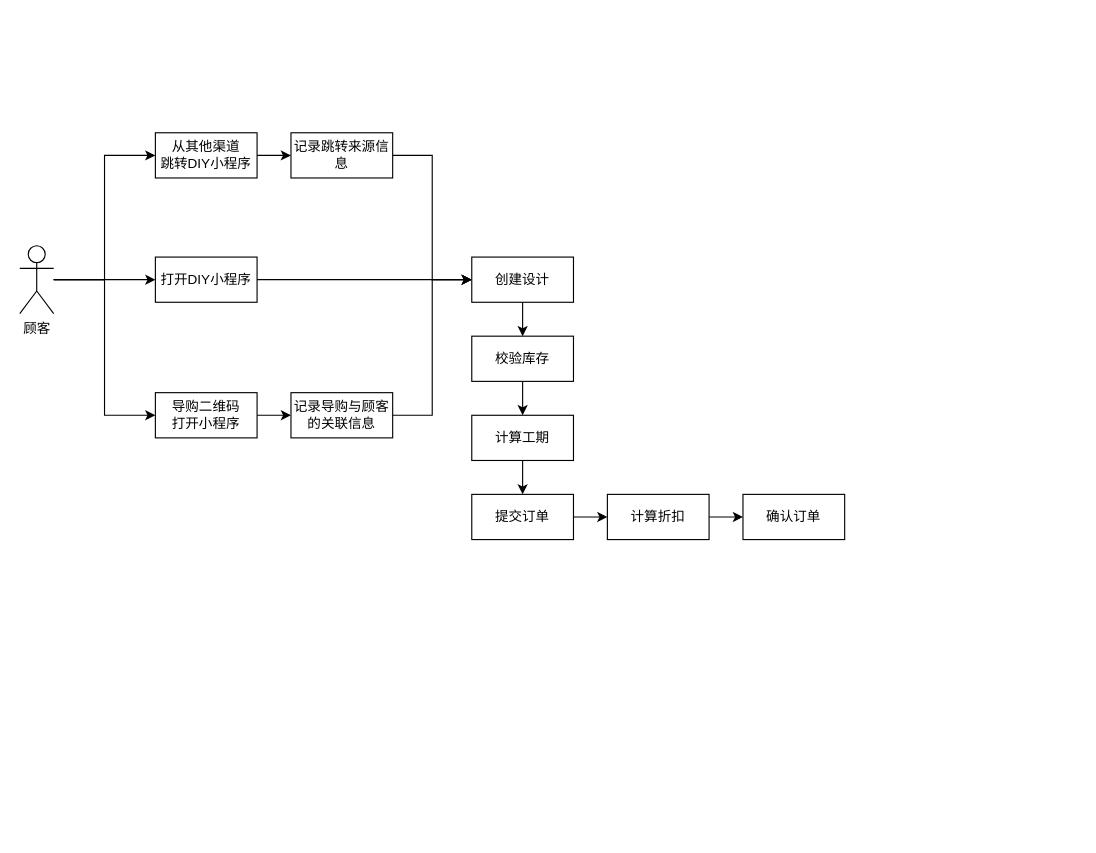
This is Untitled Diagram.drawio from WinkleWong/Diagram, a draw.io file, before an edit. Source tidied: cells renumbered, new cells numbered last; positions are measured from the earlier drawing's top-left corner, leaving out a move shared by most shapes. Both pictures are drawn from the tidied source at 113%, with x=0, y=0 at pixel (19, 132).
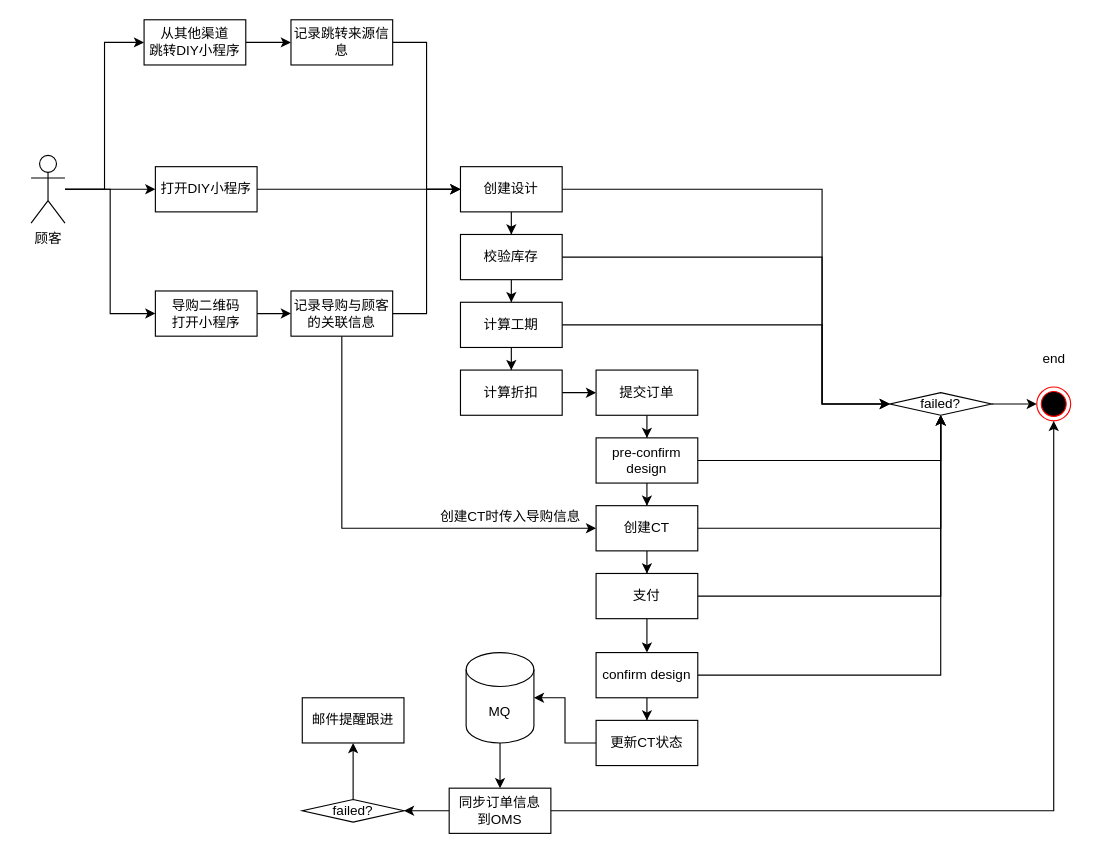
After the change.

Diff of the diagram source:
```diff
@@
     <mxCell id="3" value="打开DIY小程序" style="rounded=0;whiteSpace=wrap;html=1;" parent="1" vertex="1">
-      <mxGeometry x="120" y="110" width="90" height="40" as="geometry" />
+      <mxGeometry x="120" y="30" width="90" height="40" as="geometry" />
     </mxCell>
@@
+    <mxCell id="6" style="edgeStyle=orthogonalEdgeStyle;rounded=0;jettySize=auto;html=1;entryX=0;entryY=0.5;entryDx=0;entryDy=0;" parent="1" edge="1" source="7" target="9">
+      <mxGeometry relative="1" as="geometry" />
+    </mxCell>
@@
-    <mxCell id="6" style="edgeStyle=orthogonalEdgeStyle;rounded=0;jettySize=auto;html=1;entryX=0;entryY=0.5;entryDx=0;entryDy=0;" parent="1" edge="1" source="7" target="9">
-      <mxGeometry relative="1" as="geometry" />
-    </mxCell>
     <mxCell id="7" value="顾客" style="shape=umlActor;verticalLabelPosition=bottom;verticalAlign=top;html=1;outlineConnect=0;" parent="1" vertex="1">
-      <mxGeometry y="100" width="30" height="60" as="geometry" />
+      <mxGeometry x="10" y="20" width="30" height="60" as="geometry" />
     </mxCell>
@@
     <mxCell id="9" value="从其他渠道&lt;br&gt;跳转DIY小程序" style="rounded=0;whiteSpace=wrap;html=1;" parent="1" vertex="1">
-      <mxGeometry x="120" width="90" height="40" as="geometry" />
+      <mxGeometry x="110" y="-100" width="90" height="40" as="geometry" />
     </mxCell>
@@
+    <mxCell id="27" style="edgeStyle=orthogonalEdgeStyle;rounded=0;jettySize=auto;html=1;entryX=0;entryY=0.5;entryDx=0;entryDy=0;" parent="1" edge="1" source="11" target="38">
+      <mxGeometry relative="1" as="geometry">
+        <Array as="points">
+          <mxPoint x="285" y="350" />
+        </Array>
+      </mxGeometry>
+    </mxCell>
     <mxCell id="11" value="记录导购与顾客的关联信息" style="rounded=0;whiteSpace=wrap;html=1;" parent="1" vertex="1">
-      <mxGeometry x="240" y="230" width="90" height="40" as="geometry" />
+      <mxGeometry x="240" y="140" width="90" height="40" as="geometry" />
     </mxCell>
@@
     <mxCell id="13" value="导购二维码&lt;br&gt;打开小程序" style="rounded=0;whiteSpace=wrap;html=1;" parent="1" vertex="1">
-      <mxGeometry x="120" y="230" width="90" height="40" as="geometry" />
+      <mxGeometry x="120" y="140" width="90" height="40" as="geometry" />
     </mxCell>
@@
     <mxCell id="15" value="记录跳转来源信息" style="rounded=0;whiteSpace=wrap;html=1;" parent="1" vertex="1">
-      <mxGeometry x="240" width="90" height="40" as="geometry" />
+      <mxGeometry x="240" y="-100" width="90" height="40" as="geometry" />
     </mxCell>
@@
+    <mxCell id="28" style="edgeStyle=orthogonalEdgeStyle;rounded=0;jettySize=auto;html=1;entryX=0;entryY=0.5;entryDx=0;entryDy=0;" parent="1" edge="1" source="17" target="47">
+      <mxGeometry relative="1" as="geometry">
+        <Array as="points">
+          <mxPoint x="710" y="50" />
+          <mxPoint x="710" y="240" />
+        </Array>
+      </mxGeometry>
+    </mxCell>
     <mxCell id="17" value="创建设计" style="rounded=0;whiteSpace=wrap;html=1;" parent="1" vertex="1">
-      <mxGeometry x="400" y="110" width="90" height="40" as="geometry" />
+      <mxGeometry x="390" y="30" width="90" height="40" as="geometry" />
     </mxCell>
@@
+    <mxCell id="29" style="edgeStyle=orthogonalEdgeStyle;rounded=0;jettySize=auto;html=1;entryX=0;entryY=0.5;entryDx=0;entryDy=0;" parent="1" edge="1" source="19" target="47">
+      <mxGeometry relative="1" as="geometry">
+        <Array as="points">
+          <mxPoint x="710" y="110" />
+          <mxPoint x="710" y="240" />
+        </Array>
+      </mxGeometry>
+    </mxCell>
     <mxCell id="19" value="校验库存" style="rounded=0;whiteSpace=wrap;html=1;" parent="1" vertex="1">
-      <mxGeometry x="400" y="180" width="90" height="40" as="geometry" />
+      <mxGeometry x="390" y="90" width="90" height="40" as="geometry" />
     </mxCell>
-    <mxCell id="20" style="edgeStyle=orthogonalEdgeStyle;rounded=0;jettySize=auto;html=1;" parent="1" edge="1" source="21" target="23">
-      <mxGeometry relative="1" as="geometry" />
-    </mxCell>
+    <mxCell id="30" style="edgeStyle=orthogonalEdgeStyle;rounded=0;jettySize=auto;html=1;entryX=0.5;entryY=0;entryDx=0;entryDy=0;" parent="1" edge="1" source="21" target="25">
+      <mxGeometry relative="1" as="geometry" />
+    </mxCell>
+    <mxCell id="31" style="edgeStyle=orthogonalEdgeStyle;rounded=0;jettySize=auto;html=1;entryX=0;entryY=0.5;entryDx=0;entryDy=0;" parent="1" edge="1" source="21" target="47">
+      <mxGeometry relative="1" as="geometry">
+        <Array as="points">
+          <mxPoint x="710" y="170" />
+          <mxPoint x="710" y="240" />
+        </Array>
+      </mxGeometry>
+    </mxCell>
     <mxCell id="21" value="计算工期" style="rounded=0;whiteSpace=wrap;html=1;" parent="1" vertex="1">
-      <mxGeometry x="400" y="250" width="90" height="40" as="geometry" />
+      <mxGeometry x="390" y="150" width="90" height="40" as="geometry" />
     </mxCell>
-    <mxCell id="22" style="edgeStyle=orthogonalEdgeStyle;rounded=0;jettySize=auto;html=1;entryX=0;entryY=0.5;entryDx=0;entryDy=0;" parent="1" edge="1" source="23" target="25">
-      <mxGeometry relative="1" as="geometry" />
-    </mxCell>
+    <mxCell id="32" style="edgeStyle=orthogonalEdgeStyle;rounded=0;jettySize=auto;html=1;" parent="1" edge="1" source="23" target="26">
+      <mxGeometry relative="1" as="geometry" />
+    </mxCell>
     <mxCell id="23" value="提交订单" style="rounded=0;whiteSpace=wrap;html=1;" parent="1" vertex="1">
-      <mxGeometry x="400" y="320" width="90" height="40" as="geometry" />
+      <mxGeometry x="510" y="210" width="90" height="40" as="geometry" />
     </mxCell>
-    <mxCell id="24" style="edgeStyle=orthogonalEdgeStyle;rounded=0;jettySize=auto;html=1;entryX=0;entryY=0.5;entryDx=0;entryDy=0;" parent="1" edge="1" source="25" target="26">
-      <mxGeometry relative="1" as="geometry" />
-    </mxCell>
+    <mxCell id="33" style="edgeStyle=orthogonalEdgeStyle;rounded=0;jettySize=auto;html=1;entryX=0;entryY=0.5;entryDx=0;entryDy=0;" parent="1" edge="1" source="25" target="23">
+      <mxGeometry relative="1" as="geometry" />
+    </mxCell>
     <mxCell id="25" value="计算折扣" style="rounded=0;whiteSpace=wrap;html=1;" parent="1" vertex="1">
-      <mxGeometry x="520" y="320" width="90" height="40" as="geometry" />
+      <mxGeometry x="390" y="210" width="90" height="40" as="geometry" />
     </mxCell>
+    <mxCell id="34" style="edgeStyle=orthogonalEdgeStyle;rounded=0;jettySize=auto;html=1;" parent="1" edge="1" source="26" target="38">
+      <mxGeometry relative="1" as="geometry" />
+    </mxCell>
+    <mxCell id="35" style="edgeStyle=orthogonalEdgeStyle;rounded=0;jettySize=auto;html=1;" parent="1" edge="1" source="26" target="47">
+      <mxGeometry relative="1" as="geometry" />
+    </mxCell>
-    <mxCell id="26" value="确认订单" style="rounded=0;whiteSpace=wrap;html=1;" parent="1" vertex="1">
-      <mxGeometry x="640" y="320" width="90" height="40" as="geometry" />
+    <mxCell id="26" value="pre-confirm design" style="rounded=0;whiteSpace=wrap;html=1;" parent="1" vertex="1">
+      <mxGeometry x="510" y="270" width="90" height="40" as="geometry" />
     </mxCell>
+    <mxCell id="36" style="edgeStyle=orthogonalEdgeStyle;rounded=0;jettySize=auto;html=1;" parent="1" edge="1" source="38" target="41">
+      <mxGeometry relative="1" as="geometry" />
+    </mxCell>
+    <mxCell id="37" style="edgeStyle=orthogonalEdgeStyle;rounded=0;jettySize=auto;html=1;entryX=0.5;entryY=1;entryDx=0;entryDy=0;" parent="1" edge="1" source="38" target="47">
+      <mxGeometry relative="1" as="geometry" />
+    </mxCell>
+    <mxCell id="38" value="创建CT" style="rounded=0;whiteSpace=wrap;html=1;" parent="1" vertex="1">
+      <mxGeometry x="510" y="330" width="90" height="40" as="geometry" />
+    </mxCell>
+    <mxCell id="39" style="edgeStyle=orthogonalEdgeStyle;rounded=0;jettySize=auto;html=1;entryX=0.5;entryY=1;entryDx=0;entryDy=0;" parent="1" edge="1" source="41" target="47">
+      <mxGeometry relative="1" as="geometry" />
+    </mxCell>
+    <mxCell id="40" style="edgeStyle=orthogonalEdgeStyle;rounded=0;jettySize=auto;html=1;entryX=0.5;entryY=0;entryDx=0;entryDy=0;" parent="1" edge="1" source="41" target="44">
+      <mxGeometry relative="1" as="geometry" />
+    </mxCell>
+    <mxCell id="41" value="支付" style="rounded=0;whiteSpace=wrap;html=1;" parent="1" vertex="1">
+      <mxGeometry x="510" y="390" width="90" height="40" as="geometry" />
+    </mxCell>
+    <mxCell id="42" style="edgeStyle=orthogonalEdgeStyle;rounded=0;jettySize=auto;html=1;entryX=0.5;entryY=1;entryDx=0;entryDy=0;" parent="1" edge="1" source="44" target="47">
+      <mxGeometry relative="1" as="geometry" />
+    </mxCell>
+    <mxCell id="43" style="edgeStyle=orthogonalEdgeStyle;rounded=0;jettySize=auto;html=1;entryX=0.5;entryY=0;entryDx=0;entryDy=0;" parent="1" edge="1" source="44" target="50">
+      <mxGeometry relative="1" as="geometry" />
+    </mxCell>
+    <mxCell id="44" value="confirm design" style="rounded=0;whiteSpace=wrap;html=1;" parent="1" vertex="1">
+      <mxGeometry x="510" y="460" width="90" height="40" as="geometry" />
+    </mxCell>
+    <mxCell id="45" style="ellipse;html=1;shape=endState;fillColor=#000000;strokeColor=#ff0000;" parent="1" vertex="1">
+      <mxGeometry x="900" y="225" width="30" height="30" as="geometry" />
+    </mxCell>
+    <mxCell id="46" style="edgeStyle=orthogonalEdgeStyle;rounded=0;jettySize=auto;html=1;" parent="1" edge="1" source="47" target="45">
+      <mxGeometry relative="1" as="geometry" />
+    </mxCell>
+    <mxCell id="47" value="failed?" style="rhombus;whiteSpace=wrap;html=1;" parent="1" vertex="1">
+      <mxGeometry x="770" y="230" width="90" height="20" as="geometry" />
+    </mxCell>
+    <mxCell id="48" value="创建CT时传入导购信息" style="text;html=1;align=center;verticalAlign=middle;strokeColor=none;" parent="1" vertex="1">
+      <mxGeometry x="364" y="330" width="140" height="20" as="geometry" />
+    </mxCell>
+    <mxCell id="49" style="edgeStyle=orthogonalEdgeStyle;rounded=0;jettySize=auto;html=1;entryX=1;entryY=0.5;entryDx=0;entryDy=0;entryPerimeter=0;" parent="1" edge="1" source="50" target="59">
+      <mxGeometry relative="1" as="geometry" />
+    </mxCell>
+    <mxCell id="50" value="更新CT状态" style="rounded=0;whiteSpace=wrap;html=1;" parent="1" vertex="1">
+      <mxGeometry x="510" y="520" width="90" height="40" as="geometry" />
+    </mxCell>
+    <mxCell id="51" style="edgeStyle=orthogonalEdgeStyle;rounded=0;jettySize=auto;html=1;entryX=1;entryY=0.5;entryDx=0;entryDy=0;" parent="1" edge="1" source="53" target="56">
+      <mxGeometry relative="1" as="geometry" />
+    </mxCell>
+    <mxCell id="52" style="edgeStyle=orthogonalEdgeStyle;rounded=0;jettySize=auto;html=1;entryX=0.5;entryY=1;entryDx=0;entryDy=0;" parent="1" edge="1" source="53" target="45">
+      <mxGeometry relative="1" as="geometry" />
+    </mxCell>
+    <mxCell id="53" value="同步订单信息&lt;br&gt;到OMS" style="rounded=0;whiteSpace=wrap;html=1;" parent="1" vertex="1">
+      <mxGeometry x="380" y="580" width="90" height="40" as="geometry" />
+    </mxCell>
+    <mxCell id="54" value="end" style="text;html=1;align=center;verticalAlign=middle;strokeColor=none;" parent="1" vertex="1">
+      <mxGeometry x="895" y="190" width="40" height="20" as="geometry" />
+    </mxCell>
+    <mxCell id="55" style="edgeStyle=orthogonalEdgeStyle;rounded=0;jettySize=auto;html=1;" parent="1" edge="1" source="56" target="57">
+      <mxGeometry relative="1" as="geometry" />
+    </mxCell>
+    <mxCell id="56" value="failed?" style="rhombus;whiteSpace=wrap;html=1;" parent="1" vertex="1">
+      <mxGeometry x="250" y="590" width="90" height="20" as="geometry" />
+    </mxCell>
+    <mxCell id="57" value="邮件提醒跟进" style="rounded=0;whiteSpace=wrap;html=1;" parent="1" vertex="1">
+      <mxGeometry x="250" y="500" width="90" height="40" as="geometry" />
+    </mxCell>
+    <mxCell id="58" style="edgeStyle=orthogonalEdgeStyle;rounded=0;jettySize=auto;html=1;entryX=0.5;entryY=0;entryDx=0;entryDy=0;" parent="1" edge="1" source="59" target="53">
+      <mxGeometry relative="1" as="geometry" />
+    </mxCell>
+    <mxCell id="59" value="MQ" style="shape=cylinder3;whiteSpace=wrap;html=1;boundedLbl=1;backgroundOutline=1;size=15;" parent="1" vertex="1">
+      <mxGeometry x="395" y="460" width="60" height="80" as="geometry" />
+    </mxCell>
```
